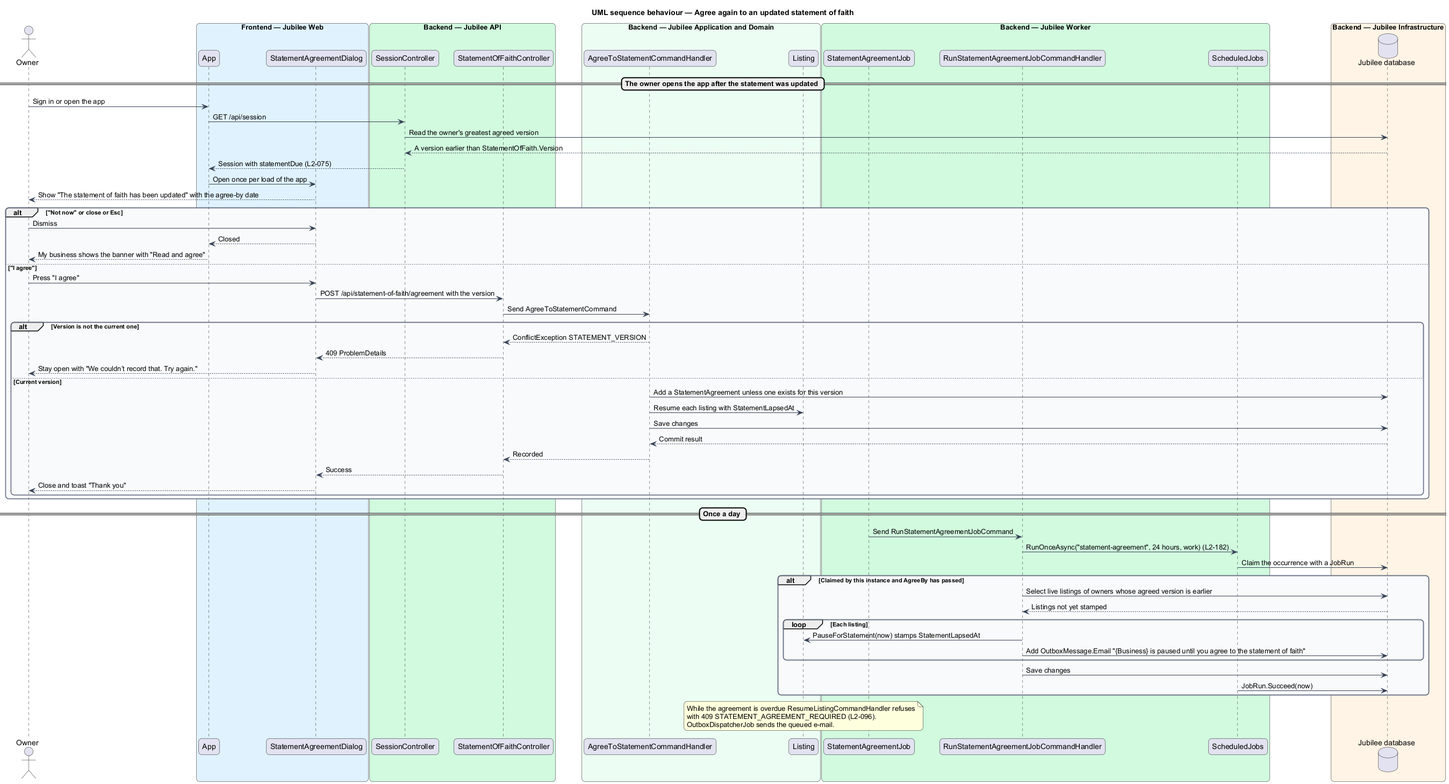
This is docs/detailed-designs/onboarding/submit-for-verification/diagrams/sequence-re-agree.png from QuinntyneBrown/jubilee, a PlantUML export, as it was before one commit. The source it was exported from:
```plantuml
@startuml
title UML sequence behaviour — Agree again to an updated statement of faith
skinparam backgroundColor #FFFFFF
skinparam shadowing false
skinparam roundcorner 12
skinparam defaultFontName Arial
skinparam ArrowColor #344054
skinparam rectangle {
  BorderColor #344054
  FontColor #101828
}
skinparam package {
  BorderColor #667085
  FontColor #101828
  BackgroundColor #F9FAFB
}
actor "Owner" as actor
box "Frontend — Jubilee Web" #E0F2FE
  participant "App" as root
  participant "StatementAgreementDialog" as dialog
end box
box "Backend — Jubilee API" #D1FADF
  participant "SessionController" as session
  participant "StatementOfFaithController" as controller
end box
box "Backend — Jubilee Application and Domain" #ECFDF3
  participant "AgreeToStatementCommandHandler" as agree
  participant "Listing" as entity
end box
box "Backend — Jubilee Worker" #D1FADF
  participant "StatementAgreementJob" as job
  participant "RunStatementAgreementJobCommandHandler" as run
  participant "ScheduledJobs" as jobs
end box
box "Backend — Jubilee Infrastructure" #FFF4E5
  database "Jubilee database" as db
end box
== The owner opens the app after the statement was updated ==
actor -> root : Sign in or open the app
root -> session : GET /api/session
session -> db : Read the owner's greatest agreed version
db --> session : A version earlier than StatementOfFaith.Version
session --> root : Session with statementDue (L2-075)
root -> dialog : Open once per load of the app
dialog --> actor : Show "The statement of faith has been updated" with the agree-by date
alt "Not now" or close or Esc
  actor -> dialog : Dismiss
  dialog --> root : Closed
  root --> actor : My business shows the banner with "Read and agree"
else "I agree"
  actor -> dialog : Press "I agree"
  dialog -> controller : POST /api/statement-of-faith/agreement with the version
  controller -> agree : Send AgreeToStatementCommand
  alt Version is not the current one
    agree --> controller : ConflictException STATEMENT_VERSION
    controller --> dialog : 409 ProblemDetails
    dialog --> actor : Stay open with "We couldn’t record that. Try again."
  else Current version
    agree -> db : Add a StatementAgreement unless one exists for this version
    agree -> entity : Resume each listing with StatementLapsedAt
    agree -> db : Save changes
    db --> agree : Commit result
    agree --> controller : Recorded
    controller --> dialog : Success
    dialog --> actor : Close and toast "Thank you"
  end
end
== Once a day ==
job -> run : Send RunStatementAgreementJobCommand
run -> jobs : RunOnceAsync("statement-agreement", 24 hours, work) (L2-182)
jobs -> db : Claim the occurrence with a JobRun
alt Claimed by this instance and AgreeBy has passed
  run -> db : Select live listings of owners whose agreed version is earlier
  db --> run : Listings not yet stamped
  loop Each listing
    run -> entity : PauseForStatement(now) stamps StatementLapsedAt
    run -> db : Add OutboxMessage.Email "{Business} is paused until you agree to the statement of faith"
  end
  run -> db : Save changes
  jobs -> db : JobRun.Succeed(now)
end
note over entity
  While the agreement is overdue ResumeListingCommandHandler refuses
  with 409 STATEMENT_AGREEMENT_REQUIRED (L2-096).
  OutboxDispatcherJob sends the queued e-mail.
end note
@enduml
```
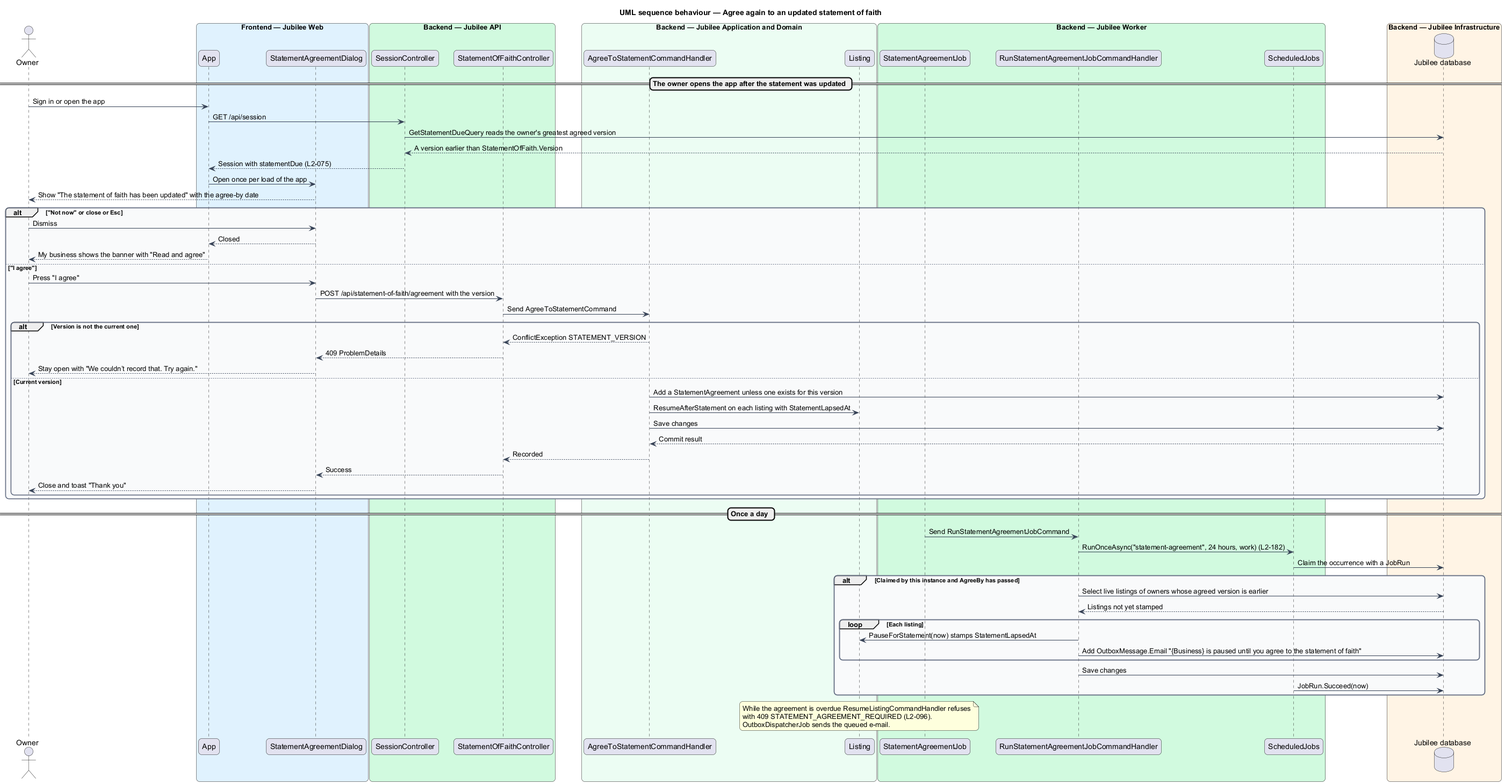
Above is the later version.

Commit message:
Progress of journey 10: the three listing designs are complete; the design names the query, the method and the client contract the re-agreement uses, and the 10-second limit of a submission

Change to the diagram source:
```diff
@@ -38,7 +38,7 @@
 == The owner opens the app after the statement was updated ==
 actor -> root : Sign in or open the app
 root -> session : GET /api/session
-session -> db : Read the owner's greatest agreed version
+session -> db : GetStatementDueQuery reads the owner's greatest agreed version
 db --> session : A version earlier than StatementOfFaith.Version
 session --> root : Session with statementDue (L2-075)
 root -> dialog : Open once per load of the app
@@ -57,7 +57,7 @@
     dialog --> actor : Stay open with "We couldn’t record that. Try again."
   else Current version
     agree -> db : Add a StatementAgreement unless one exists for this version
-    agree -> entity : Resume each listing with StatementLapsedAt
+    agree -> entity : ResumeAfterStatement on each listing with StatementLapsedAt
     agree -> db : Save changes
     db --> agree : Commit result
     agree --> controller : Recorded
```
